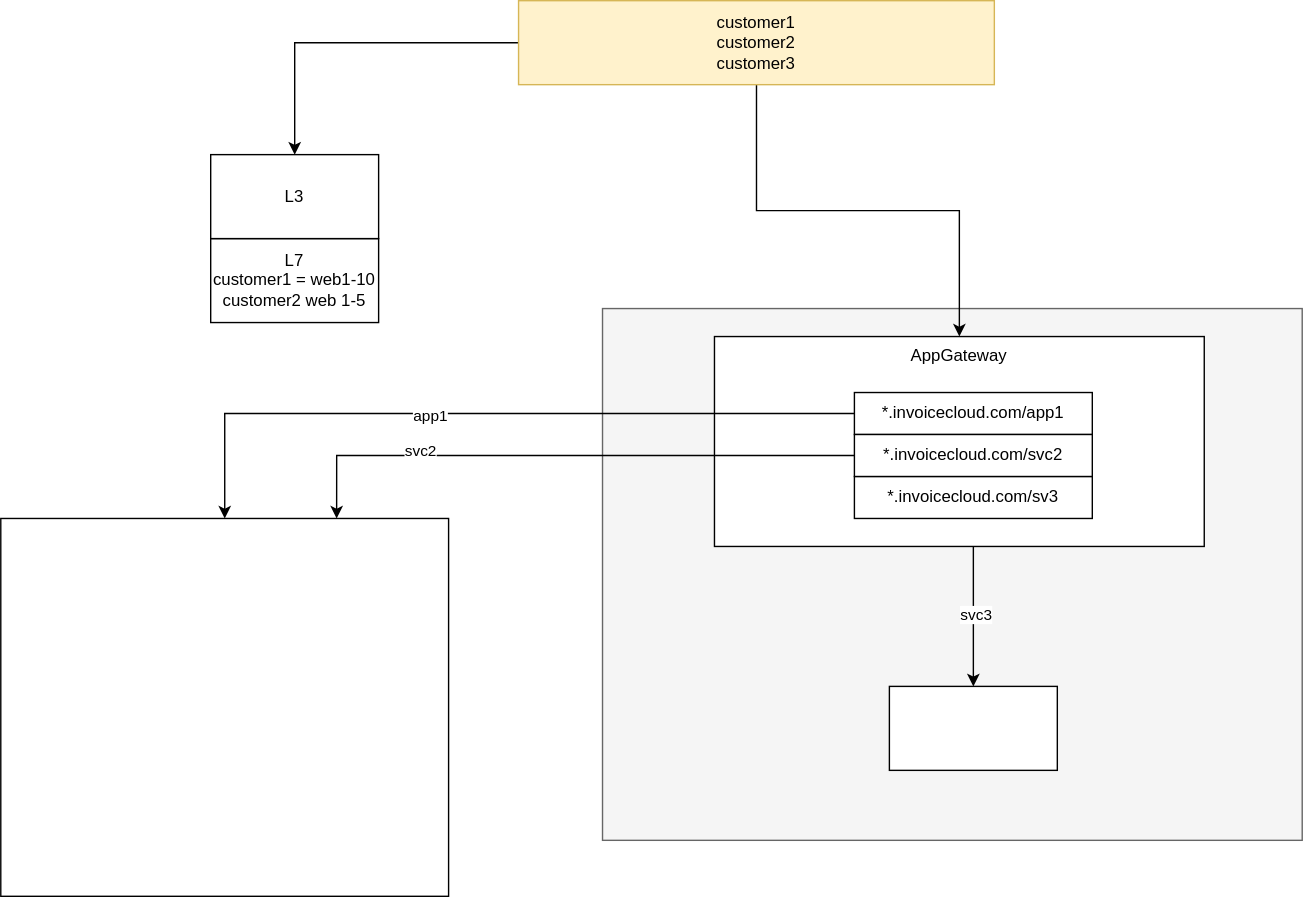
Above: subdomainforcustomers.svg in vjavle/invoicecloud (draw.io), before the change. Source tidied: cells renumbered, new cells last; positions are measured from the earlier drawing's top-left corner, leaving out a move shared by most shapes.
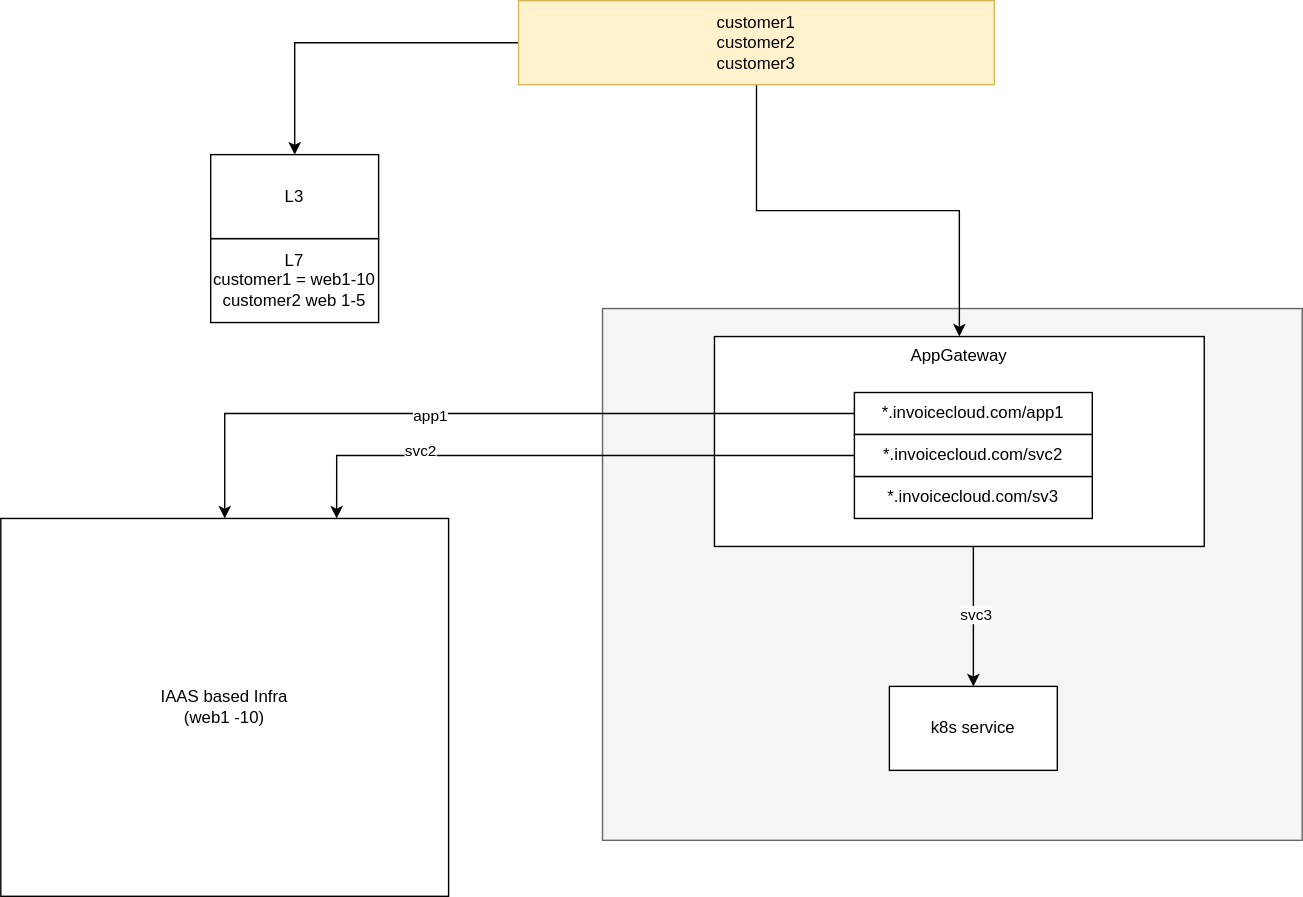
Later version of the same file.

Change to the diagram source:
```diff
@@ -14,7 +14,7 @@
     <mxCell id="5" value="AppGateway&lt;br&gt;" style="rounded=0;whiteSpace=wrap;html=1;verticalAlign=top;" parent="1" vertex="1">
       <mxGeometry x="510" y="240" width="350" height="150" as="geometry" />
     </mxCell>
-    <mxCell id="6" style="rounded=0;whiteSpace=wrap;html=1;" parent="1" vertex="1">
+    <mxCell id="6" value="IAAS based Infra&lt;br&gt;(web1 -10)" style="rounded=0;whiteSpace=wrap;html=1;" parent="1" vertex="1">
       <mxGeometry y="370" width="320" height="270" as="geometry" />
     </mxCell>
     <mxCell id="7" style="edgeStyle=orthogonalEdgeStyle;rounded=0;jettySize=auto;html=1;" parent="1" edge="1" source="9" target="6">
@@ -47,7 +47,7 @@
     <mxCell id="16" value="&lt;span&gt;*.invoicecloud.com/svc2&lt;/span&gt;" style="rounded=0;whiteSpace=wrap;html=1;" parent="1" vertex="1">
       <mxGeometry x="610" y="310" width="170" height="30" as="geometry" />
     </mxCell>
-    <mxCell id="17" style="rounded=0;whiteSpace=wrap;html=1;" parent="1" vertex="1">
+    <mxCell id="17" value="k8s service" style="rounded=0;whiteSpace=wrap;html=1;" parent="1" vertex="1">
       <mxGeometry x="635" y="490" width="120" height="60" as="geometry" />
     </mxCell>
     <mxCell id="18" value="L7&lt;br&gt;customer1 = web1-10&lt;br&gt;customer2 web 1-5" style="rounded=0;whiteSpace=wrap;html=1;" parent="1" vertex="1">
```
